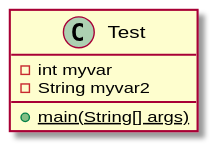
This is docs/uml/test.svg from andrewdimmer/csi-3370-software-project-config-test, a PlantUML export, as it was before one commit.
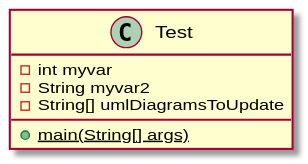
The same file after the commit.

What changed in the source:
```diff
@@ -3,6 +3,7 @@
 class Test {
     - int myvar
     - String myvar2
+    - String[] umlDiagramsToUpdate
     {static} + main(String[] args)
 }
 
```
